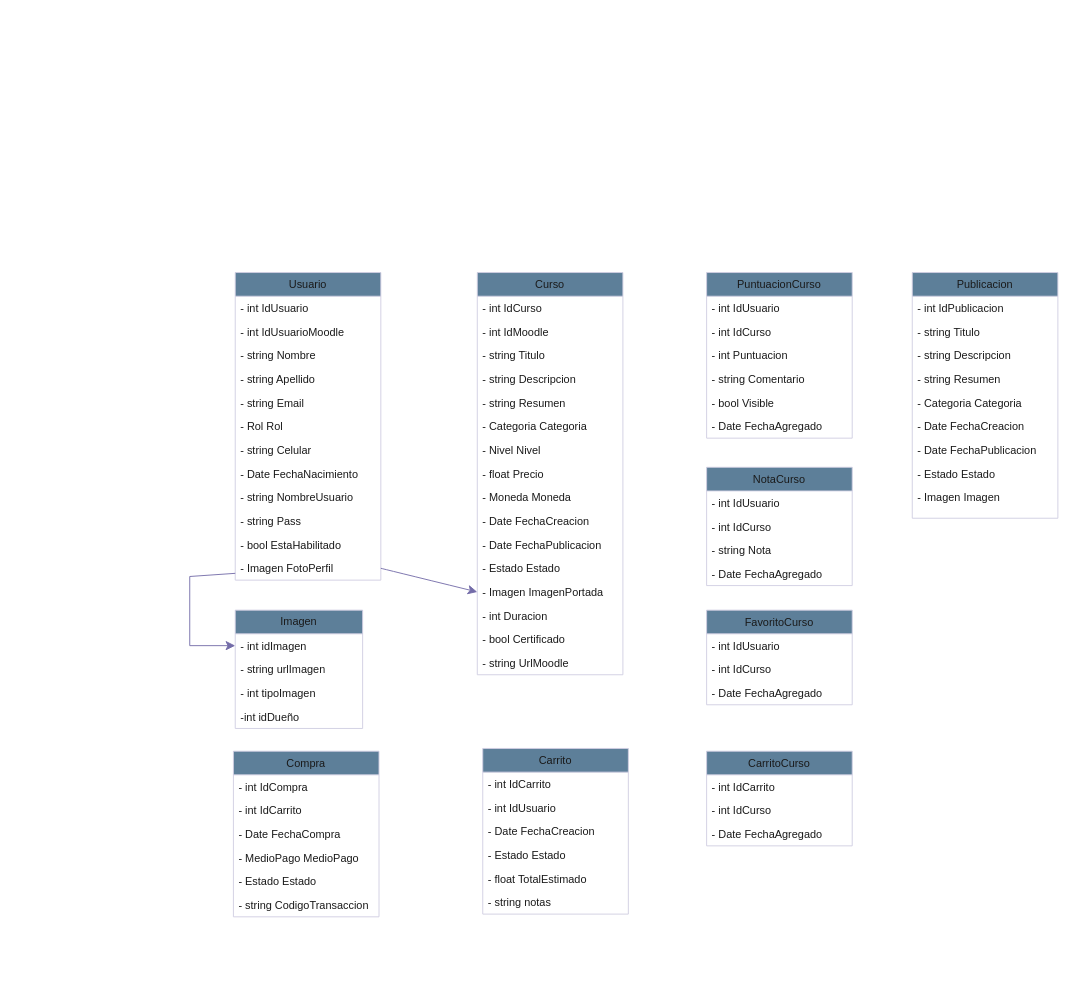
The draw.io diagram UML/UML.drawio in GDieser/tpc-equipo-12A, before the edit. Source tidied: cells renumbered, new cells numbered last; positions are measured from the earlier drawing's top-left corner, leaving out a move shared by most shapes. Both pictures are drawn from the tidied source at 91%, with x=0, y=0 at pixel (189, 272).
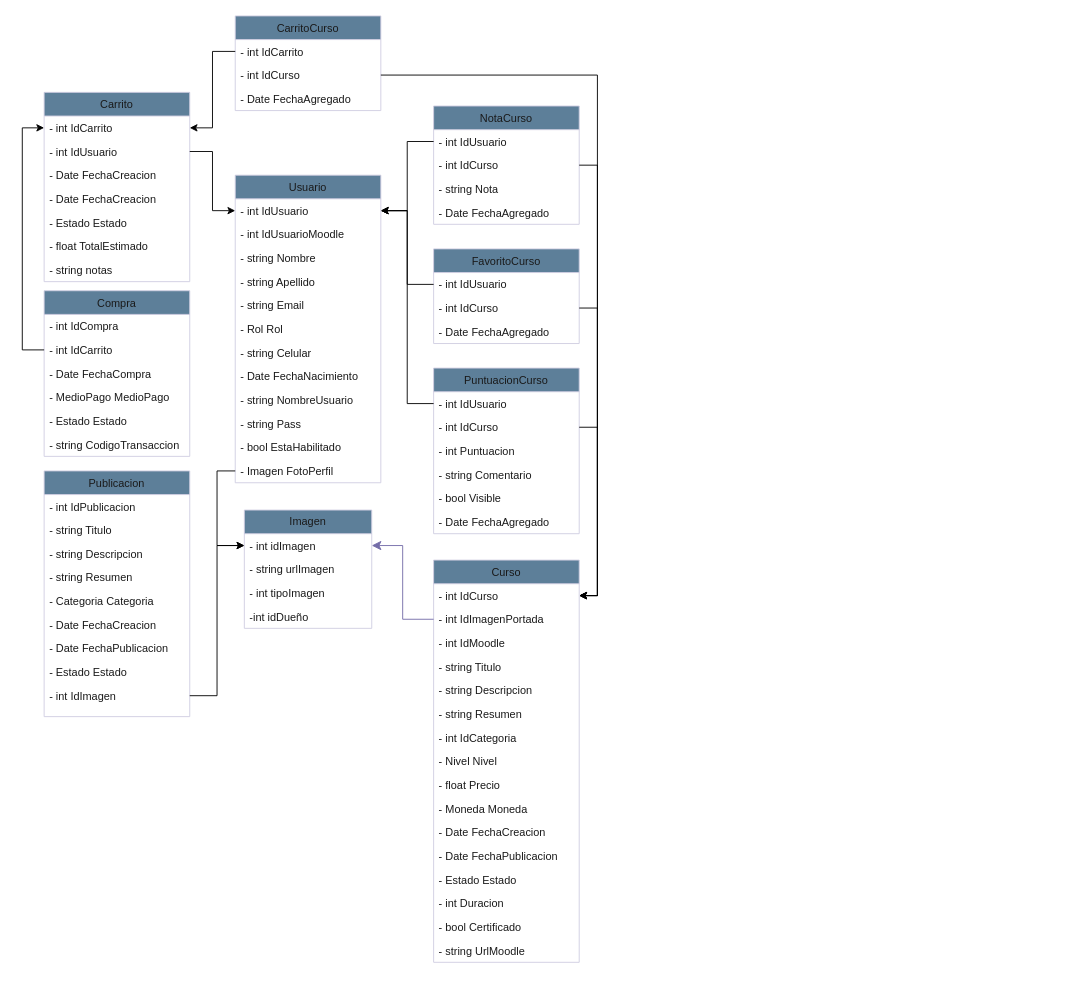
The same page after the edit.

The change refers to these unchanged cells:
```xml
<mxCell id="3" value="- int IdUsuario" style="text;align=left;verticalAlign=top;spacingLeft=4;spacingRight=4;overflow=hidden;points=[[0,0.5],[1,0.5]];portConstraint=eastwest;labelBackgroundColor=none;fontColor=#1A1A1A;" parent="2" vertex="1">
  <mxGeometry y="26" width="160" height="26" as="geometry" />
</mxCell>
<mxCell id="14" value="- Imagen FotoPerfil" style="text;align=left;verticalAlign=top;spacingLeft=4;spacingRight=4;overflow=hidden;points=[[0,0.5],[1,0.5]];portConstraint=eastwest;rounded=0;shadow=0;html=0;labelBackgroundColor=none;fontColor=#1A1A1A;" parent="2" vertex="1">
  <mxGeometry y="312" width="160" height="26" as="geometry" />
</mxCell>
<mxCell id="16" value="- int IdCurso" style="text;align=left;verticalAlign=top;spacingLeft=4;spacingRight=4;overflow=hidden;points=[[0,0.5],[1,0.5]];portConstraint=eastwest;labelBackgroundColor=none;fontColor=#1A1A1A;" parent="15" vertex="1">
  <mxGeometry y="26" width="160" height="26" as="geometry" />
</mxCell>
<mxCell id="33" value="- int IdCarrito" style="text;align=left;verticalAlign=top;spacingLeft=4;spacingRight=4;overflow=hidden;points=[[0,0.5],[1,0.5]];portConstraint=eastwest;labelBackgroundColor=none;fontColor=#1A1A1A;" parent="32" vertex="1">
  <mxGeometry y="26" width="160" height="26" as="geometry" />
</mxCell>
<mxCell id="34" value="- int IdUsuario" style="text;align=left;verticalAlign=top;spacingLeft=4;spacingRight=4;overflow=hidden;points=[[0,0.5],[1,0.5]];portConstraint=eastwest;rounded=0;shadow=0;html=0;labelBackgroundColor=none;fontColor=#1A1A1A;" parent="32" vertex="1">
  <mxGeometry y="52" width="160" height="26" as="geometry" />
</mxCell>
<mxCell id="41" value="- int IdCarrito" style="text;align=left;verticalAlign=top;spacingLeft=4;spacingRight=4;overflow=hidden;points=[[0,0.5],[1,0.5]];portConstraint=eastwest;rounded=0;shadow=0;html=0;labelBackgroundColor=none;fontColor=#1A1A1A;" parent="39" vertex="1">
  <mxGeometry y="52" width="160" height="26" as="geometry" />
</mxCell>
<mxCell id="47" value="- int IdCarrito" style="text;align=left;verticalAlign=top;spacingLeft=4;spacingRight=4;overflow=hidden;points=[[0,0.5],[1,0.5]];portConstraint=eastwest;labelBackgroundColor=none;fontColor=#1A1A1A;" parent="46" vertex="1">
  <mxGeometry y="26" width="160" height="26" as="geometry" />
</mxCell>
<mxCell id="48" value="- int IdCurso" style="text;align=left;verticalAlign=top;spacingLeft=4;spacingRight=4;overflow=hidden;points=[[0,0.5],[1,0.5]];portConstraint=eastwest;rounded=0;shadow=0;html=0;labelBackgroundColor=none;fontColor=#1A1A1A;" parent="46" vertex="1">
  <mxGeometry y="52" width="160" height="26" as="geometry" />
</mxCell>
<mxCell id="51" value="- int IdUsuario" style="text;align=left;verticalAlign=top;spacingLeft=4;spacingRight=4;overflow=hidden;points=[[0,0.5],[1,0.5]];portConstraint=eastwest;labelBackgroundColor=none;fontColor=#1A1A1A;" parent="50" vertex="1">
  <mxGeometry y="26" width="160" height="26" as="geometry" />
</mxCell>
<mxCell id="52" value="- int IdCurso" style="text;align=left;verticalAlign=top;spacingLeft=4;spacingRight=4;overflow=hidden;points=[[0,0.5],[1,0.5]];portConstraint=eastwest;rounded=0;shadow=0;html=0;labelBackgroundColor=none;fontColor=#1A1A1A;" parent="50" vertex="1">
  <mxGeometry y="52" width="160" height="26" as="geometry" />
</mxCell>
<mxCell id="55" value="- int IdUsuario" style="text;align=left;verticalAlign=top;spacingLeft=4;spacingRight=4;overflow=hidden;points=[[0,0.5],[1,0.5]];portConstraint=eastwest;labelBackgroundColor=none;fontColor=#1A1A1A;" parent="54" vertex="1">
  <mxGeometry y="26" width="160" height="26" as="geometry" />
</mxCell>
<mxCell id="56" value="- int IdCurso" style="text;align=left;verticalAlign=top;spacingLeft=4;spacingRight=4;overflow=hidden;points=[[0,0.5],[1,0.5]];portConstraint=eastwest;rounded=0;shadow=0;html=0;labelBackgroundColor=none;fontColor=#1A1A1A;" parent="54" vertex="1">
  <mxGeometry y="52" width="160" height="26" as="geometry" />
</mxCell>
<mxCell id="62" value="- int IdUsuario" style="text;align=left;verticalAlign=top;spacingLeft=4;spacingRight=4;overflow=hidden;points=[[0,0.5],[1,0.5]];portConstraint=eastwest;labelBackgroundColor=none;fontColor=#1A1A1A;" parent="61" vertex="1">
  <mxGeometry y="26" width="160" height="26" as="geometry" />
</mxCell>
<mxCell id="63" value="- int IdCurso" style="text;align=left;verticalAlign=top;spacingLeft=4;spacingRight=4;overflow=hidden;points=[[0,0.5],[1,0.5]];portConstraint=eastwest;rounded=0;shadow=0;html=0;labelBackgroundColor=none;fontColor=#1A1A1A;" parent="61" vertex="1">
  <mxGeometry y="52" width="160" height="26" as="geometry" />
</mxCell>
<mxCell id="67" value="- int idImagen" style="text;strokeColor=none;fillColor=none;align=left;verticalAlign=top;spacingLeft=4;spacingRight=4;overflow=hidden;points=[[0,0.5],[1,0.5]];portConstraint=eastwest;whiteSpace=wrap;html=1;labelBackgroundColor=none;fontColor=#1A1A1A;" parent="66" vertex="1">
  <mxGeometry y="26" width="140" height="26" as="geometry" />
</mxCell>
```

The edit, as a diff of the source:
```diff
@@
     <mxCell id="2" value="Usuario" style="swimlane;fontStyle=0;align=center;verticalAlign=top;horizontal=1;startSize=26;rounded=0;shadow=0;strokeWidth=1;labelBackgroundColor=none;fillColor=#5D7F99;strokeColor=#D0CEE2;fontColor=#1A1A1A;" parent="1" vertex="1">
-      <mxGeometry x="50" width="160" height="338" as="geometry" />
+      <mxGeometry x="50" y="-107" width="160" height="338" as="geometry" />
     </mxCell>
@@
     <mxCell id="15" value="Curso" style="swimlane;fontStyle=0;align=center;verticalAlign=top;horizontal=1;startSize=26;rounded=0;shadow=0;strokeWidth=1;labelBackgroundColor=none;fillColor=#5D7F99;strokeColor=#D0CEE2;fontColor=#1A1A1A;" parent="1" vertex="1">
-      <mxGeometry x="316" width="160" height="442" as="geometry" />
+      <mxGeometry x="268" y="316" width="160" height="442" as="geometry" />
     </mxCell>
@@
+    <mxCell id="28" value="- int IdImagenPortada" style="text;align=left;verticalAlign=top;spacingLeft=4;spacingRight=4;overflow=hidden;points=[[0,0.5],[1,0.5]];portConstraint=eastwest;rounded=0;shadow=0;html=0;labelBackgroundColor=none;fontColor=#1A1A1A;" parent="15" vertex="1">
+      <mxGeometry y="52" width="160" height="26" as="geometry" />
+    </mxCell>
     <mxCell id="17" value="- int IdMoodle" style="text;align=left;verticalAlign=top;spacingLeft=4;spacingRight=4;overflow=hidden;rounded=0;shadow=0;html=0;labelBackgroundColor=none;fontColor=#1A1A1A;" parent="15" vertex="1">
-      <mxGeometry y="52" width="160" height="26" as="geometry" />
+      <mxGeometry y="78" width="160" height="26" as="geometry" />
     </mxCell>
     <mxCell id="18" value="- string Titulo" style="text;align=left;verticalAlign=top;spacingLeft=4;spacingRight=4;overflow=hidden;rounded=0;shadow=0;html=0;labelBackgroundColor=none;fontColor=#1A1A1A;" parent="15" vertex="1">
-      <mxGeometry y="78" width="160" height="26" as="geometry" />
+      <mxGeometry y="104" width="160" height="26" as="geometry" />
     </mxCell>
     <mxCell id="19" value="- string Descripcion" style="text;align=left;verticalAlign=top;spacingLeft=4;spacingRight=4;overflow=hidden;rounded=0;shadow=0;html=0;labelBackgroundColor=none;fontColor=#1A1A1A;" parent="15" vertex="1">
-      <mxGeometry y="104" width="160" height="26" as="geometry" />
+      <mxGeometry y="130" width="160" height="26" as="geometry" />
     </mxCell>
     <mxCell id="20" value="- string Resumen" style="text;align=left;verticalAlign=top;spacingLeft=4;spacingRight=4;overflow=hidden;rounded=0;shadow=0;html=0;labelBackgroundColor=none;fontColor=#1A1A1A;" parent="15" vertex="1">
-      <mxGeometry y="130" width="160" height="26" as="geometry" />
+      <mxGeometry y="156" width="160" height="26" as="geometry" />
     </mxCell>
-    <mxCell id="21" value="- Categoria Categoria" style="text;align=left;verticalAlign=top;spacingLeft=4;spacingRight=4;overflow=hidden;rounded=0;shadow=0;html=0;labelBackgroundColor=none;fontColor=#1A1A1A;" parent="15" vertex="1">
-      <mxGeometry y="156" width="160" height="26" as="geometry" />
+    <mxCell id="21" value="- int IdCategoria" style="text;align=left;verticalAlign=top;spacingLeft=4;spacingRight=4;overflow=hidden;rounded=0;shadow=0;html=0;labelBackgroundColor=none;fontColor=#1A1A1A;" parent="15" vertex="1">
+      <mxGeometry y="182" width="160" height="26" as="geometry" />
     </mxCell>
     <mxCell id="22" value="- Nivel Nivel" style="text;align=left;verticalAlign=top;spacingLeft=4;spacingRight=4;overflow=hidden;rounded=0;shadow=0;html=0;labelBackgroundColor=none;fontColor=#1A1A1A;" parent="15" vertex="1">
-      <mxGeometry y="182" width="160" height="26" as="geometry" />
+      <mxGeometry y="208" width="160" height="26" as="geometry" />
     </mxCell>
     <mxCell id="23" value="- float Precio" style="text;align=left;verticalAlign=top;spacingLeft=4;spacingRight=4;overflow=hidden;rounded=0;shadow=0;html=0;labelBackgroundColor=none;fontColor=#1A1A1A;" parent="15" vertex="1">
-      <mxGeometry y="208" width="160" height="26" as="geometry" />
+      <mxGeometry y="234" width="160" height="26" as="geometry" />
     </mxCell>
     <mxCell id="24" value="- Moneda Moneda" style="text;align=left;verticalAlign=top;spacingLeft=4;spacingRight=4;overflow=hidden;rounded=0;shadow=0;html=0;labelBackgroundColor=none;fontColor=#1A1A1A;" parent="15" vertex="1">
-      <mxGeometry y="234" width="160" height="26" as="geometry" />
+      <mxGeometry y="260" width="160" height="26" as="geometry" />
     </mxCell>
     <mxCell id="25" value="- Date FechaCreacion" style="text;align=left;verticalAlign=top;spacingLeft=4;spacingRight=4;overflow=hidden;rounded=0;shadow=0;html=0;labelBackgroundColor=none;fontColor=#1A1A1A;" parent="15" vertex="1">
-      <mxGeometry y="260" width="160" height="26" as="geometry" />
+      <mxGeometry y="286" width="160" height="26" as="geometry" />
     </mxCell>
     <mxCell id="26" value="- Date FechaPublicacion" style="text;align=left;verticalAlign=top;spacingLeft=4;spacingRight=4;overflow=hidden;rounded=0;shadow=0;html=0;labelBackgroundColor=none;fontColor=#1A1A1A;" parent="15" vertex="1">
-      <mxGeometry y="286" width="160" height="26" as="geometry" />
+      <mxGeometry y="312" width="160" height="26" as="geometry" />
     </mxCell>
     <mxCell id="27" value="- Estado Estado" style="text;align=left;verticalAlign=top;spacingLeft=4;spacingRight=4;overflow=hidden;rounded=0;shadow=0;html=0;labelBackgroundColor=none;fontColor=#1A1A1A;" parent="15" vertex="1">
-      <mxGeometry y="312" width="160" height="26" as="geometry" />
+      <mxGeometry y="338" width="160" height="26" as="geometry" />
     </mxCell>
-    <mxCell id="28" value="- Imagen ImagenPortada" style="text;align=left;verticalAlign=top;spacingLeft=4;spacingRight=4;overflow=hidden;points=[[0,0.5],[1,0.5]];portConstraint=eastwest;rounded=0;shadow=0;html=0;labelBackgroundColor=none;fontColor=#1A1A1A;" parent="15" vertex="1">
-      <mxGeometry y="338" width="160" height="26" as="geometry" />
-    </mxCell>
@@
     <mxCell id="32" value="Carrito" style="swimlane;fontStyle=0;align=center;verticalAlign=top;horizontal=1;startSize=26;rounded=0;shadow=0;strokeWidth=1;labelBackgroundColor=none;fillColor=#5D7F99;strokeColor=#D0CEE2;fontColor=#1A1A1A;" parent="1" vertex="1">
-      <mxGeometry x="322" y="523" width="160" height="182" as="geometry" />
+      <mxGeometry x="-160" y="-198" width="160" height="208" as="geometry" />
     </mxCell>
@@
+    <mxCell id="83" value="- Date FechaCreacion" style="text;align=left;verticalAlign=top;spacingLeft=4;spacingRight=4;overflow=hidden;rounded=0;shadow=0;html=0;labelBackgroundColor=none;fontColor=#1A1A1A;" parent="32" vertex="1">
+      <mxGeometry y="104" width="160" height="26" as="geometry" />
+    </mxCell>
     <mxCell id="36" value="- Estado Estado" style="text;align=left;verticalAlign=top;spacingLeft=4;spacingRight=4;overflow=hidden;rounded=0;shadow=0;html=0;labelBackgroundColor=none;fontColor=#1A1A1A;" parent="32" vertex="1">
-      <mxGeometry y="104" width="160" height="26" as="geometry" />
+      <mxGeometry y="130" width="160" height="26" as="geometry" />
     </mxCell>
     <mxCell id="37" value="- float TotalEstimado" style="text;align=left;verticalAlign=top;spacingLeft=4;spacingRight=4;overflow=hidden;rounded=0;shadow=0;html=0;labelBackgroundColor=none;fontColor=#1A1A1A;" parent="32" vertex="1">
-      <mxGeometry y="130" width="160" height="26" as="geometry" />
+      <mxGeometry y="156" width="160" height="26" as="geometry" />
     </mxCell>
     <mxCell id="38" value="- string notas" style="text;align=left;verticalAlign=top;spacingLeft=4;spacingRight=4;overflow=hidden;rounded=0;shadow=0;html=0;labelBackgroundColor=none;fontColor=#1A1A1A;" parent="32" vertex="1">
-      <mxGeometry y="156" width="160" height="26" as="geometry" />
+      <mxGeometry y="182" width="160" height="26" as="geometry" />
     </mxCell>
     <mxCell id="39" value="Compra" style="swimlane;fontStyle=0;align=center;verticalAlign=top;horizontal=1;startSize=26;rounded=0;shadow=0;strokeWidth=1;labelBackgroundColor=none;fillColor=#5D7F99;strokeColor=#D0CEE2;fontColor=#1A1A1A;" parent="1" vertex="1">
-      <mxGeometry x="48" y="526" width="160" height="182" as="geometry" />
+      <mxGeometry x="-160" y="20" width="160" height="182" as="geometry" />
     </mxCell>
@@
     <mxCell id="46" value="CarritoCurso" style="swimlane;fontStyle=0;align=center;verticalAlign=top;horizontal=1;startSize=26;rounded=0;shadow=0;strokeWidth=1;labelBackgroundColor=none;fillColor=#5D7F99;strokeColor=#D0CEE2;fontColor=#1A1A1A;" parent="1" vertex="1">
-      <mxGeometry x="568" y="526" width="160" height="104" as="geometry" />
+      <mxGeometry x="50" y="-282" width="160" height="104" as="geometry" />
     </mxCell>
@@
     <mxCell id="50" value="FavoritoCurso" style="swimlane;fontStyle=0;align=center;verticalAlign=top;horizontal=1;startSize=26;rounded=0;shadow=0;strokeWidth=1;labelBackgroundColor=none;fillColor=#5D7F99;strokeColor=#D0CEE2;fontColor=#1A1A1A;" parent="1" vertex="1">
-      <mxGeometry x="568" y="371" width="160" height="104" as="geometry" />
+      <mxGeometry x="268" y="-26" width="160" height="104" as="geometry" />
     </mxCell>
@@
     <mxCell id="54" value="PuntuacionCurso" style="swimlane;fontStyle=0;align=center;verticalAlign=top;horizontal=1;startSize=26;rounded=0;shadow=0;strokeWidth=1;labelBackgroundColor=none;fillColor=#5D7F99;strokeColor=#D0CEE2;fontColor=#1A1A1A;" parent="1" vertex="1">
-      <mxGeometry x="568" width="160" height="182" as="geometry" />
+      <mxGeometry x="268" y="105" width="160" height="182" as="geometry" />
     </mxCell>
@@
     <mxCell id="61" value="NotaCurso" style="swimlane;fontStyle=0;align=center;verticalAlign=top;horizontal=1;startSize=26;rounded=0;shadow=0;strokeWidth=1;labelBackgroundColor=none;fillColor=#5D7F99;strokeColor=#D0CEE2;fontColor=#1A1A1A;" parent="1" vertex="1">
-      <mxGeometry x="568" y="214" width="160" height="130" as="geometry" />
+      <mxGeometry x="268" y="-183" width="160" height="130" as="geometry" />
     </mxCell>
@@
     <mxCell id="66" value="Imagen" style="swimlane;fontStyle=0;horizontal=1;startSize=26;fillColor=#5D7F99;whiteSpace=wrap;html=1;labelBackgroundColor=none;strokeColor=#D0CEE2;fontColor=#1A1A1A;" parent="1" vertex="1">
-      <mxGeometry x="50" y="371" width="140" height="130" as="geometry" />
+      <mxGeometry x="60" y="261" width="140" height="130" as="geometry" />
     </mxCell>
@@
-    <mxCell id="71" style="edgeStyle=none;curved=0;rounded=0;jettySize=auto;html=1;strokeColor=#736CA8;fontSize=12;fontColor=#1A1A1A;startSize=8;endSize=8;entryX=0;entryY=0.5;entryDx=0;entryDy=0;" parent="1" edge="1" source="14" target="67">
-      <mxGeometry relative="1" as="geometry">
-        <Array as="points">
-          <mxPoint y="334" />
-          <mxPoint y="410" />
-        </Array>
-      </mxGeometry>
-    </mxCell>
-    <mxCell id="72" style="edgeStyle=none;curved=1;rounded=0;jettySize=auto;html=1;exitX=1;exitY=0.5;exitDx=0;exitDy=0;entryX=0;entryY=0.5;entryDx=0;entryDy=0;strokeColor=#736CA8;fontSize=12;fontColor=#1A1A1A;startSize=8;endSize=8;" parent="1" edge="1" source="14" target="28">
-      <mxGeometry relative="1" as="geometry" />
-    </mxCell>
     <mxCell id="73" value="Publicacion" style="swimlane;fontStyle=0;align=center;verticalAlign=top;horizontal=1;startSize=26;rounded=0;shadow=0;strokeWidth=1;labelBackgroundColor=none;fillColor=#5D7F99;strokeColor=#D0CEE2;fontColor=#1A1A1A;" parent="1" vertex="1">
-      <mxGeometry x="794" width="160" height="270" as="geometry" />
+      <mxGeometry x="-160" y="218" width="160" height="270" as="geometry" />
     </mxCell>
@@
-    <mxCell id="82" value="- Imagen Imagen" style="text;align=left;verticalAlign=top;spacingLeft=4;spacingRight=4;overflow=hidden;points=[[0,0.5],[1,0.5]];portConstraint=eastwest;rounded=0;shadow=0;html=0;labelBackgroundColor=none;fontColor=#1A1A1A;" parent="73" vertex="1">
+    <mxCell id="82" value="- int IdImagen" style="text;align=left;verticalAlign=top;spacingLeft=4;spacingRight=4;overflow=hidden;points=[[0,0.5],[1,0.5]];portConstraint=eastwest;rounded=0;shadow=0;html=0;labelBackgroundColor=none;fontColor=#1A1A1A;" parent="73" vertex="1">
       <mxGeometry y="234" width="160" height="26" as="geometry" />
     </mxCell>
+    <mxCell id="72" style="edgeStyle=orthogonalEdgeStyle;rounded=0;jettySize=auto;html=1;entryX=1;entryY=0.5;entryDx=0;entryDy=0;strokeColor=#736CA8;fontSize=12;fontColor=#1A1A1A;startSize=8;endSize=8;exitX=0;exitY=0.5;exitDx=0;exitDy=0;" parent="1" edge="1" source="28" target="67">
+      <mxGeometry relative="1" as="geometry" />
+    </mxCell>
+    <mxCell id="84" style="edgeStyle=orthogonalEdgeStyle;rounded=0;jettySize=auto;html=1;exitX=0;exitY=0.5;exitDx=0;exitDy=0;" parent="1" edge="1" source="41" target="33">
+      <mxGeometry relative="1" as="geometry">
+        <Array as="points">
+          <mxPoint x="-184" y="85" />
+          <mxPoint x="-184" y="-159" />
+        </Array>
+      </mxGeometry>
+    </mxCell>
+    <mxCell id="85" style="edgeStyle=orthogonalEdgeStyle;rounded=0;jettySize=auto;html=1;exitX=0;exitY=0.5;exitDx=0;exitDy=0;" parent="1" edge="1" source="47" target="33">
+      <mxGeometry relative="1" as="geometry" />
+    </mxCell>
+    <mxCell id="86" style="edgeStyle=orthogonalEdgeStyle;rounded=0;jettySize=auto;html=1;exitX=1;exitY=0.5;exitDx=0;exitDy=0;entryX=1;entryY=0.5;entryDx=0;entryDy=0;" parent="1" edge="1" source="52" target="16">
+      <mxGeometry relative="1" as="geometry" />
+    </mxCell>
+    <mxCell id="87" style="edgeStyle=orthogonalEdgeStyle;rounded=0;jettySize=auto;html=1;entryX=1;entryY=0.5;entryDx=0;entryDy=0;exitX=1;exitY=0.5;exitDx=0;exitDy=0;" parent="1" edge="1" source="63" target="16">
+      <mxGeometry relative="1" as="geometry" />
+    </mxCell>
+    <mxCell id="88" style="edgeStyle=orthogonalEdgeStyle;rounded=0;jettySize=auto;html=1;exitX=1;exitY=0.5;exitDx=0;exitDy=0;" parent="1" edge="1" source="56" target="16">
+      <mxGeometry relative="1" as="geometry" />
+    </mxCell>
+    <mxCell id="89" style="edgeStyle=orthogonalEdgeStyle;rounded=0;jettySize=auto;html=1;exitX=0;exitY=0.5;exitDx=0;exitDy=0;entryX=1;entryY=0.5;entryDx=0;entryDy=0;" parent="1" edge="1" source="62" target="3">
+      <mxGeometry relative="1" as="geometry" />
+    </mxCell>
+    <mxCell id="90" style="edgeStyle=orthogonalEdgeStyle;rounded=0;jettySize=auto;html=1;exitX=0;exitY=0.5;exitDx=0;exitDy=0;" parent="1" edge="1" source="51" target="3">
+      <mxGeometry relative="1" as="geometry" />
+    </mxCell>
+    <mxCell id="91" style="edgeStyle=orthogonalEdgeStyle;rounded=0;jettySize=auto;html=1;exitX=0;exitY=0.5;exitDx=0;exitDy=0;" parent="1" edge="1" source="55" target="3">
+      <mxGeometry relative="1" as="geometry" />
+    </mxCell>
+    <mxCell id="92" style="edgeStyle=orthogonalEdgeStyle;rounded=0;jettySize=auto;html=1;" parent="1" edge="1" source="82" target="67">
+      <mxGeometry relative="1" as="geometry" />
+    </mxCell>
+    <mxCell id="93" style="edgeStyle=orthogonalEdgeStyle;rounded=0;jettySize=auto;html=1;entryX=0;entryY=0.5;entryDx=0;entryDy=0;" parent="1" edge="1" source="34" target="3">
+      <mxGeometry relative="1" as="geometry" />
+    </mxCell>
+    <mxCell id="94" style="edgeStyle=orthogonalEdgeStyle;rounded=0;jettySize=auto;html=1;entryX=1;entryY=0.5;entryDx=0;entryDy=0;" parent="1" edge="1" source="48" target="16">
+      <mxGeometry relative="1" as="geometry" />
+    </mxCell>
+    <mxCell id="71" style="edgeStyle=orthogonalEdgeStyle;rounded=0;jettySize=auto;html=1;entryX=0;entryY=0.5;entryDx=0;entryDy=0;" parent="1" edge="1" source="14" target="67">
+      <mxGeometry relative="1" as="geometry" />
+    </mxCell>
```
